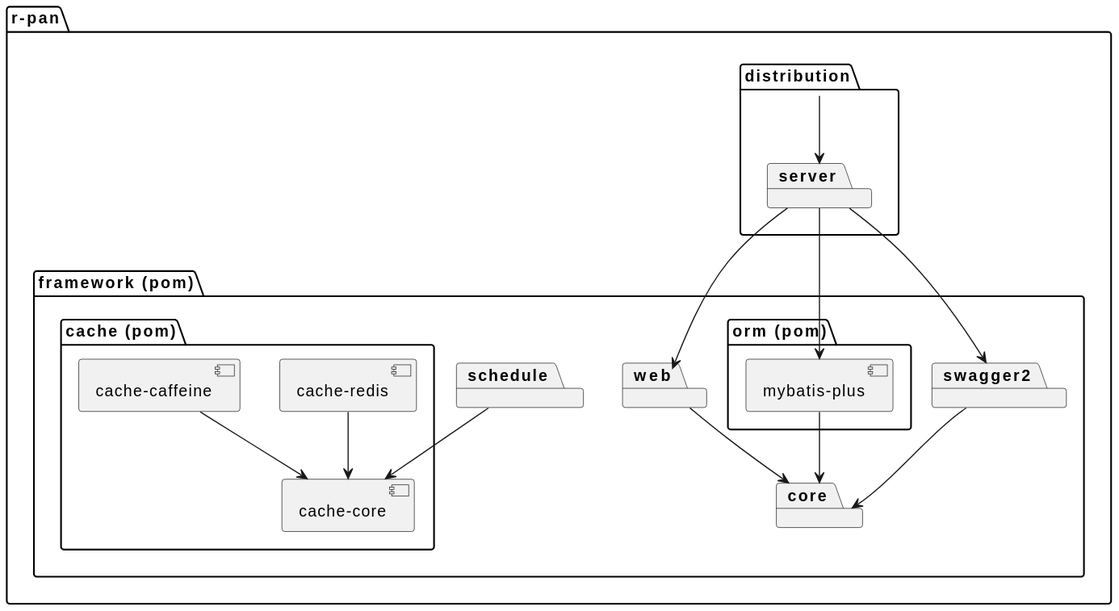
This is project-reference.svg from draveller/r-pan, a PlantUML export, as it was before one commit. The source it was exported from:
```plantuml
@startuml
package "r-pan" {
    package "distribution" {
        [distribution] --> [server]
    }
    package "framework (pom)" {
        package "cache (pom)" {
            [cache-caffeine] --> [cache-core]
            [cache-redis] --> [cache-core]
        }
        package "core" {
        }
        package "orm (pom)" {
            [mybatis-plus] --> [core]
        }
        package "schedule" {
            [schedule] --> [cache-core]
        }
        package "swagger2" {
            [swagger2] --> [core]
        }
        package "web" {
            [web] --> [core]
        }
    }
    package "server" {
        [server] --> [web]
        [server] --> [mybatis-plus]
        [server] --> [swagger2]
    }
}
@enduml
```
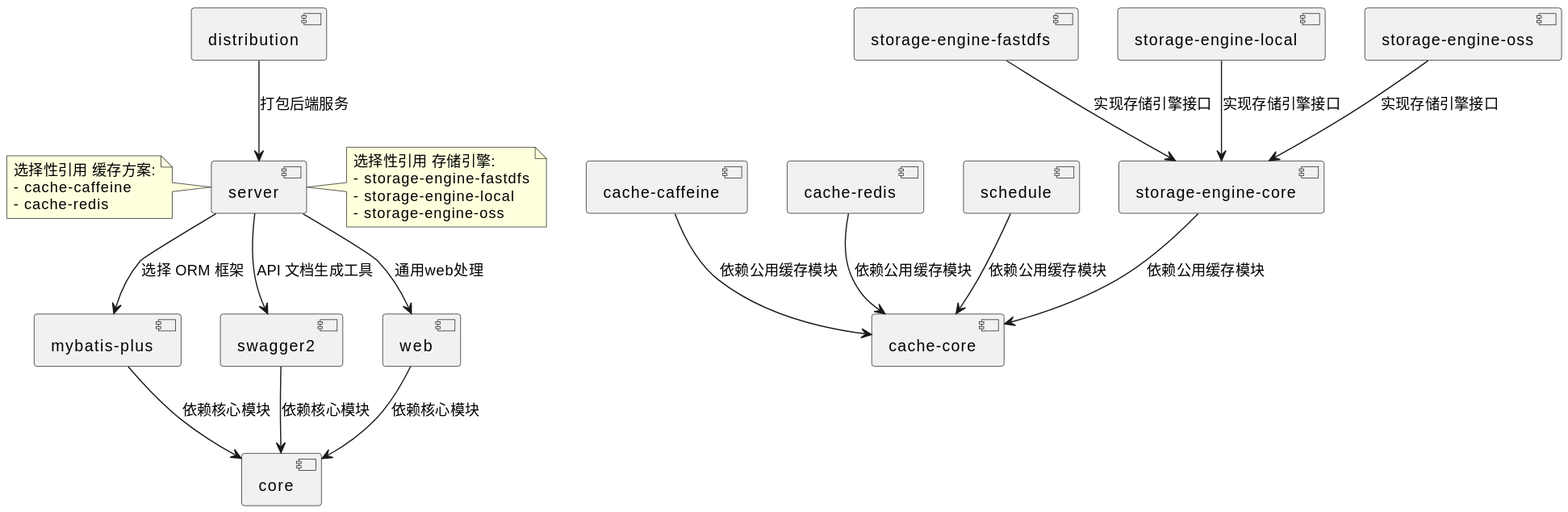
The same file after the commit.

The edit, as a diff of the source:
```diff
@@ -1,32 +1,34 @@
 @startuml
-package "r-pan" {
-    package "distribution" {
-        [distribution] --> [server]
-    }
-    package "framework (pom)" {
-        package "cache (pom)" {
-            [cache-caffeine] --> [cache-core]
-            [cache-redis] --> [cache-core]
-        }
-        package "core" {
-        }
-        package "orm (pom)" {
-            [mybatis-plus] --> [core]
-        }
-        package "schedule" {
-            [schedule] --> [cache-core]
-        }
-        package "swagger2" {
-            [swagger2] --> [core]
-        }
-        package "web" {
-            [web] --> [core]
-        }
-    }
-    package "server" {
-        [server] --> [web]
-        [server] --> [mybatis-plus]
-        [server] --> [swagger2]
-    }
-}
+[distribution] --> [server] : "打包后端服务"
+
+[cache-caffeine] --> [cache-core] : "依赖公用缓存模块"
+[cache-redis] --> [cache-core] : "依赖公用缓存模块"
+[schedule] --> [cache-core] : "依赖公用缓存模块"
+
+[mybatis-plus] --> [core] : "依赖核心模块"
+[swagger2] --> [core] : "依赖核心模块"
+[web] --> [core] : "依赖核心模块"
+
+[storage-engine-fastdfs] --> [storage-engine-core] : "实现存储引擎接口"
+[storage-engine-local] --> [storage-engine-core] : "实现存储引擎接口"
+[storage-engine-oss] --> [storage-engine-core]:  "实现存储引擎接口"
+
+[storage-engine-core] --> [cache-core]:  "依赖公用缓存模块"
+
+[server] --> [web]:  "通用web处理"
+[server] --> [mybatis-plus]:  "选择 ORM 框架"
+[server] --> [swagger2]:  "API 文档生成工具"
+
+note right of server
+选择性引用 存储引擎:
+- storage-engine-fastdfs
+- storage-engine-local
+- storage-engine-oss
+end note
+
+note left of server
+选择性引用 缓存方案:
+- cache-caffeine
+- cache-redis
+end note
 @enduml
```
